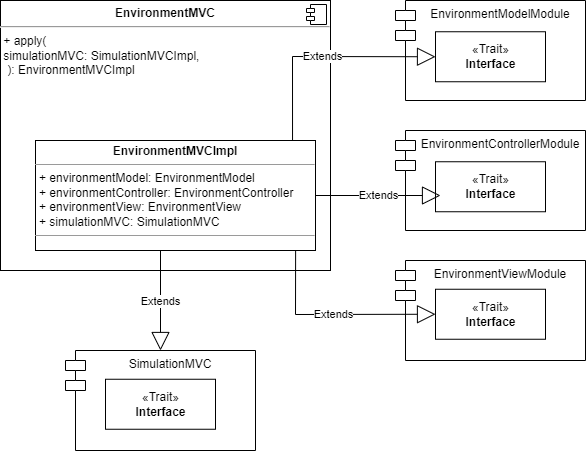
This is docs/img/environmentMVC.png from AnnaVitali/PPS-22-smartgh, a draw.io export, as it was before one commit. Source tidied: cells renumbered, new cells last; positions are measured from the earlier drawing's top-left corner, leaving out a move shared by most shapes. Source of this version:
```xml
<mxGraphModel>
  <root>
    <mxCell id="0" />
    <mxCell id="1" parent="0" />
    <mxCell id="2" value="&lt;p style=&quot;margin:0px;margin-top:6px;text-align:center;&quot;&gt;&lt;b&gt;EnvironmentMVC&lt;/b&gt;&lt;br&gt;&lt;/p&gt;&lt;hr&gt;&lt;p style=&quot;margin: 0px 0px 0px 4px;&quot;&gt;&lt;/p&gt;&lt;span style=&quot;background-color: initial;&quot;&gt;&amp;nbsp;+ apply(&lt;/span&gt;&lt;br&gt;&lt;blockquote style=&quot;margin: 0 0 0 40px; border: none; padding: 0px;&quot;&gt;&lt;/blockquote&gt;&lt;span style=&quot;background-color: initial;&quot;&gt;&amp;nbsp;simulationMVC: SimulationMVCImpl,&lt;/span&gt;&lt;br&gt;&lt;p style=&quot;margin: 0px 0px 0px 4px;&quot;&gt;&amp;nbsp;): EnvironmentMVCImpl&lt;/p&gt;" style="align=left;overflow=fill;html=1;" parent="1" vertex="1">
      <mxGeometry width="330" height="270" as="geometry" />
    </mxCell>
    <mxCell id="3" style="shape=component;jettyWidth=8;jettyHeight=4;" parent="2" vertex="1">
      <mxGeometry x="1" width="20" height="20" relative="1" as="geometry">
        <mxPoint x="-24" y="4" as="offset" />
      </mxGeometry>
    </mxCell>
    <mxCell id="4" value="EnvironmentViewModule" style="shape=module;align=left;spacingLeft=20;align=center;verticalAlign=top;fillColor=none;" parent="1" vertex="1">
      <mxGeometry x="395" y="260" width="190" height="100" as="geometry" />
    </mxCell>
    <mxCell id="5" value="«Trait»&lt;br&gt;&lt;b&gt;Interface&lt;/b&gt;" style="html=1;fillColor=default;" parent="1" vertex="1">
      <mxGeometry x="435" y="31.2" width="110" height="50" as="geometry" />
    </mxCell>
    <mxCell id="6" value="«Trait»&lt;br&gt;&lt;b&gt;Interface&lt;/b&gt;" style="html=1;fillColor=default;" parent="1" vertex="1">
      <mxGeometry x="435" y="161.2" width="110" height="50" as="geometry" />
    </mxCell>
    <mxCell id="7" value="«Trait»&lt;br&gt;&lt;b&gt;Interface&lt;/b&gt;" style="html=1;fillColor=default;" parent="1" vertex="1">
      <mxGeometry x="435" y="288.8" width="110" height="50" as="geometry" />
    </mxCell>
    <mxCell id="8" value="Extends" style="endArrow=block;endSize=16;endFill=0;html=1;rounded=0;entryX=0;entryY=0.5;entryDx=0;entryDy=0;elbow=vertical;exitX=0.918;exitY=0.01;exitDx=0;exitDy=0;exitPerimeter=0;" parent="1" edge="1" source="16" target="5">
      <mxGeometry relative="1" as="geometry">
        <Array as="points">
          <mxPoint x="292" y="56" />
        </Array>
      </mxGeometry>
    </mxCell>
    <mxCell id="9" value="Extends" style="endArrow=block;endSize=16;endFill=0;html=1;rounded=0;elbow=vertical;exitX=1;exitY=0.5;exitDx=0;exitDy=0;" parent="1" edge="1" source="16">
      <mxGeometry relative="1" as="geometry">
        <mxPoint x="440" y="195" as="targetPoint" />
      </mxGeometry>
    </mxCell>
    <mxCell id="10" value="Extends" style="endArrow=block;endSize=16;endFill=0;html=1;rounded=0;entryX=0;entryY=0.5;entryDx=0;entryDy=0;elbow=vertical;exitX=0.929;exitY=0.994;exitDx=0;exitDy=0;exitPerimeter=0;" parent="1" edge="1" source="16" target="7">
      <mxGeometry relative="1" as="geometry">
        <Array as="points">
          <mxPoint x="295" y="314" />
        </Array>
      </mxGeometry>
    </mxCell>
    <mxCell id="11" value="EnvironmentControllerModule" style="shape=module;align=left;spacingLeft=20;align=center;verticalAlign=top;fillColor=none;" parent="1" vertex="1">
      <mxGeometry x="395" y="130" width="190" height="100" as="geometry" />
    </mxCell>
    <mxCell id="12" value="EnvironmentModelModule" style="shape=module;align=left;spacingLeft=20;align=center;verticalAlign=top;fillColor=none;" parent="1" vertex="1">
      <mxGeometry x="395" width="190" height="100" as="geometry" />
    </mxCell>
    <mxCell id="13" value="SimulationMVC" style="shape=module;align=left;spacingLeft=20;align=center;verticalAlign=top;fillColor=none;" parent="1" vertex="1">
      <mxGeometry x="65" y="350" width="190" height="100" as="geometry" />
    </mxCell>
    <mxCell id="14" value="«Trait»&lt;br&gt;&lt;b&gt;Interface&lt;/b&gt;" style="html=1;fillColor=default;" parent="1" vertex="1">
      <mxGeometry x="105" y="378.8" width="110" height="50" as="geometry" />
    </mxCell>
    <mxCell id="15" value="Extends" style="endArrow=block;endSize=16;endFill=0;html=1;rounded=0;entryX=0.5;entryY=0;entryDx=0;entryDy=0;" parent="1" edge="1" target="13">
      <mxGeometry relative="1" as="geometry">
        <mxPoint x="160" y="250" as="sourcePoint" />
      </mxGeometry>
    </mxCell>
    <mxCell id="16" value="&lt;p style=&quot;margin:0px;margin-top:4px;text-align:center;&quot;&gt;&lt;b&gt;EnvironmentMVCImpl&lt;/b&gt;&lt;/p&gt;&lt;hr size=&quot;1&quot;&gt;&lt;p style=&quot;margin:0px;margin-left:4px;&quot;&gt;+ environmentModel: EnvironmentModel&lt;/p&gt;&lt;p style=&quot;margin:0px;margin-left:4px;&quot;&gt;+ environmentController: EnvironmentController&lt;/p&gt;&lt;p style=&quot;margin:0px;margin-left:4px;&quot;&gt;+ environmentView: EnvironmentView&lt;br&gt;&lt;/p&gt;&lt;p style=&quot;margin:0px;margin-left:4px;&quot;&gt;+ simulationMVC: SimulationMVC&lt;/p&gt;&lt;hr size=&quot;1&quot;&gt;" style="verticalAlign=top;align=left;overflow=fill;fontSize=12;fontFamily=Helvetica;html=1;fillColor=default;" parent="1" vertex="1">
      <mxGeometry x="35" y="140" width="280" height="110" as="geometry" />
    </mxCell>
  </root>
</mxGraphModel>
```
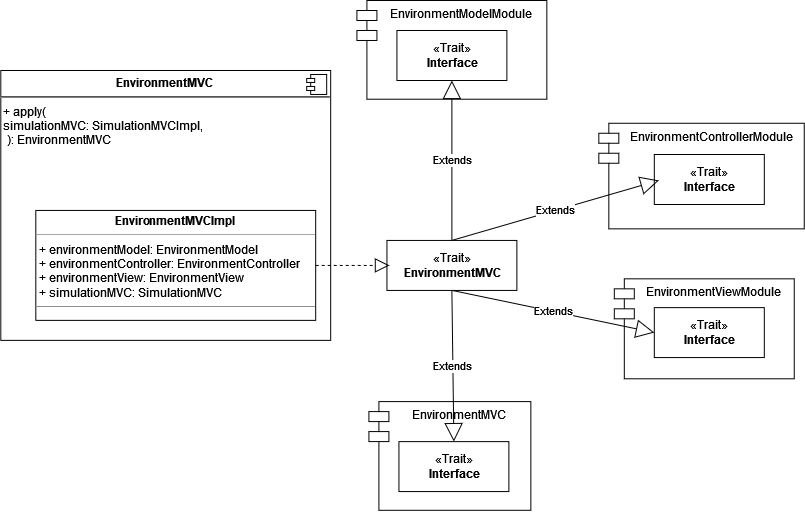
Later version of the same file.

The edit, as a diff of the source:
```diff
@@ -2,64 +2,64 @@
   <root>
     <mxCell id="0" />
     <mxCell id="1" parent="0" />
-    <mxCell id="2" value="&lt;p style=&quot;margin:0px;margin-top:6px;text-align:center;&quot;&gt;&lt;b&gt;EnvironmentMVC&lt;/b&gt;&lt;br&gt;&lt;/p&gt;&lt;hr&gt;&lt;p style=&quot;margin: 0px 0px 0px 4px;&quot;&gt;&lt;/p&gt;&lt;span style=&quot;background-color: initial;&quot;&gt;&amp;nbsp;+ apply(&lt;/span&gt;&lt;br&gt;&lt;blockquote style=&quot;margin: 0 0 0 40px; border: none; padding: 0px;&quot;&gt;&lt;/blockquote&gt;&lt;span style=&quot;background-color: initial;&quot;&gt;&amp;nbsp;simulationMVC: SimulationMVCImpl,&lt;/span&gt;&lt;br&gt;&lt;p style=&quot;margin: 0px 0px 0px 4px;&quot;&gt;&amp;nbsp;): EnvironmentMVCImpl&lt;/p&gt;" style="align=left;overflow=fill;html=1;" parent="1" vertex="1">
-      <mxGeometry width="330" height="270" as="geometry" />
+    <mxCell id="2" value="&lt;p style=&quot;margin:0px;margin-top:6px;text-align:center;&quot;&gt;&lt;b&gt;EnvironmentMVC&lt;/b&gt;&lt;br&gt;&lt;/p&gt;&lt;hr&gt;&lt;p style=&quot;margin: 0px 0px 0px 4px;&quot;&gt;&lt;/p&gt;&lt;span style=&quot;background-color: initial;&quot;&gt;&amp;nbsp;+ apply(&lt;/span&gt;&lt;br&gt;&lt;blockquote style=&quot;margin: 0 0 0 40px; border: none; padding: 0px;&quot;&gt;&lt;/blockquote&gt;&lt;span style=&quot;background-color: initial;&quot;&gt;&amp;nbsp;simulationMVC: SimulationMVCImpl,&lt;/span&gt;&lt;br&gt;&lt;p style=&quot;margin: 0px 0px 0px 4px;&quot;&gt;&amp;nbsp;): EnvironmentMVC&lt;/p&gt;" style="align=left;overflow=fill;html=1;" parent="1" vertex="1">
+      <mxGeometry x="-768.8" y="30" width="330" height="270" as="geometry" />
     </mxCell>
     <mxCell id="3" style="shape=component;jettyWidth=8;jettyHeight=4;" parent="2" vertex="1">
       <mxGeometry x="1" width="20" height="20" relative="1" as="geometry">
         <mxPoint x="-24" y="4" as="offset" />
       </mxGeometry>
     </mxCell>
-    <mxCell id="4" value="EnvironmentViewModule" style="shape=module;align=left;spacingLeft=20;align=center;verticalAlign=top;fillColor=none;" parent="1" vertex="1">
-      <mxGeometry x="395" y="260" width="190" height="100" as="geometry" />
+    <mxCell id="4" value="&lt;p style=&quot;margin:0px;margin-top:4px;text-align:center;&quot;&gt;&lt;b&gt;EnvironmentMVCImpl&lt;/b&gt;&lt;/p&gt;&lt;hr size=&quot;1&quot;&gt;&lt;p style=&quot;margin:0px;margin-left:4px;&quot;&gt;+ environmentModel: EnvironmentModel&lt;/p&gt;&lt;p style=&quot;margin:0px;margin-left:4px;&quot;&gt;+ environmentController: EnvironmentController&lt;/p&gt;&lt;p style=&quot;margin:0px;margin-left:4px;&quot;&gt;+ environmentView: EnvironmentView&lt;br&gt;&lt;/p&gt;&lt;p style=&quot;margin:0px;margin-left:4px;&quot;&gt;+ simulationMVC: SimulationMVC&lt;/p&gt;&lt;hr size=&quot;1&quot;&gt;" style="verticalAlign=top;align=left;overflow=fill;fontSize=12;fontFamily=Helvetica;html=1;fillColor=default;" parent="1" vertex="1">
+      <mxGeometry x="-733.8" y="170" width="280" height="110" as="geometry" />
     </mxCell>
-    <mxCell id="5" value="«Trait»&lt;br&gt;&lt;b&gt;Interface&lt;/b&gt;" style="html=1;fillColor=default;" parent="1" vertex="1">
-      <mxGeometry x="435" y="31.2" width="110" height="50" as="geometry" />
+    <mxCell id="5" value="EnvironmentControllerModule" style="shape=module;align=left;spacingLeft=20;align=center;verticalAlign=top;fillColor=none;" parent="1" vertex="1">
+      <mxGeometry x="-170.5" y="82.8" width="205.5" height="105.6" as="geometry" />
     </mxCell>
-    <mxCell id="6" value="«Trait»&lt;br&gt;&lt;b&gt;Interface&lt;/b&gt;" style="html=1;fillColor=default;" parent="1" vertex="1">
-      <mxGeometry x="435" y="161.2" width="110" height="50" as="geometry" />
+    <mxCell id="6" value="EnvironmentMVC" style="shape=module;align=left;spacingLeft=20;align=center;verticalAlign=top;fillColor=none;" parent="1" vertex="1">
+      <mxGeometry x="-400.5" y="361.2" width="162" height="108.8" as="geometry" />
     </mxCell>
-    <mxCell id="7" value="«Trait»&lt;br&gt;&lt;b&gt;Interface&lt;/b&gt;" style="html=1;fillColor=default;" parent="1" vertex="1">
-      <mxGeometry x="435" y="288.8" width="110" height="50" as="geometry" />
+    <mxCell id="7" value="EnvironmentViewModule" style="shape=module;align=left;spacingLeft=20;align=center;verticalAlign=top;fillColor=none;" parent="1" vertex="1">
+      <mxGeometry x="-155" y="238.4" width="180" height="100" as="geometry" />
     </mxCell>
-    <mxCell id="8" value="Extends" style="endArrow=block;endSize=16;endFill=0;html=1;rounded=0;entryX=0;entryY=0.5;entryDx=0;entryDy=0;elbow=vertical;exitX=0.918;exitY=0.01;exitDx=0;exitDy=0;exitPerimeter=0;" parent="1" edge="1" source="16" target="5">
-      <mxGeometry relative="1" as="geometry">
-        <Array as="points">
-          <mxPoint x="292" y="56" />
-        </Array>
-      </mxGeometry>
+    <mxCell id="8" value="EnvironmentModelModule" style="shape=module;align=left;spacingLeft=20;align=center;verticalAlign=top;fillColor=none;" parent="1" vertex="1">
+      <mxGeometry x="-412.5" y="-40" width="190" height="98.8" as="geometry" />
     </mxCell>
-    <mxCell id="9" value="Extends" style="endArrow=block;endSize=16;endFill=0;html=1;rounded=0;elbow=vertical;exitX=1;exitY=0.5;exitDx=0;exitDy=0;" parent="1" edge="1" source="16">
-      <mxGeometry relative="1" as="geometry">
-        <mxPoint x="440" y="195" as="targetPoint" />
-      </mxGeometry>
+    <mxCell id="9" value="«Trait»&lt;br&gt;&lt;b&gt;Interface&lt;/b&gt;" style="html=1;fillColor=default;" parent="1" vertex="1">
+      <mxGeometry x="-372.5" y="-10" width="110" height="50" as="geometry" />
     </mxCell>
-    <mxCell id="10" value="Extends" style="endArrow=block;endSize=16;endFill=0;html=1;rounded=0;entryX=0;entryY=0.5;entryDx=0;entryDy=0;elbow=vertical;exitX=0.929;exitY=0.994;exitDx=0;exitDy=0;exitPerimeter=0;" parent="1" edge="1" source="16" target="7">
-      <mxGeometry relative="1" as="geometry">
-        <Array as="points">
-          <mxPoint x="295" y="314" />
-        </Array>
-      </mxGeometry>
+    <mxCell id="10" value="«Trait»&lt;br&gt;&lt;b&gt;Interface&lt;/b&gt;" style="html=1;fillColor=default;" parent="1" vertex="1">
+      <mxGeometry x="-115" y="114.1" width="110" height="50" as="geometry" />
     </mxCell>
-    <mxCell id="11" value="EnvironmentControllerModule" style="shape=module;align=left;spacingLeft=20;align=center;verticalAlign=top;fillColor=none;" parent="1" vertex="1">
-      <mxGeometry x="395" y="130" width="190" height="100" as="geometry" />
+    <mxCell id="11" value="«Trait»&lt;br&gt;&lt;b&gt;Interface&lt;/b&gt;" style="html=1;fillColor=default;" parent="1" vertex="1">
+      <mxGeometry x="-115" y="267.2" width="110" height="50" as="geometry" />
     </mxCell>
-    <mxCell id="12" value="EnvironmentModelModule" style="shape=module;align=left;spacingLeft=20;align=center;verticalAlign=top;fillColor=none;" parent="1" vertex="1">
-      <mxGeometry x="395" width="190" height="100" as="geometry" />
+    <mxCell id="12" value="«Trait»&lt;br&gt;&lt;b&gt;Interface&lt;/b&gt;" style="html=1;fillColor=default;" parent="1" vertex="1">
+      <mxGeometry x="-370.5" y="401.2" width="110" height="50" as="geometry" />
     </mxCell>
-    <mxCell id="13" value="SimulationMVC" style="shape=module;align=left;spacingLeft=20;align=center;verticalAlign=top;fillColor=none;" parent="1" vertex="1">
-      <mxGeometry x="65" y="350" width="190" height="100" as="geometry" />
+    <mxCell id="13" value="«Trait»&lt;br&gt;&lt;b&gt;EnvironmentMVC&lt;/b&gt;" style="html=1;" parent="1" vertex="1">
+      <mxGeometry x="-382.5" y="200" width="130" height="50" as="geometry" />
     </mxCell>
-    <mxCell id="14" value="«Trait»&lt;br&gt;&lt;b&gt;Interface&lt;/b&gt;" style="html=1;fillColor=default;" parent="1" vertex="1">
-      <mxGeometry x="105" y="378.8" width="110" height="50" as="geometry" />
+    <mxCell id="14" value="Extends" style="endArrow=block;endSize=16;endFill=0;html=1;rounded=0;entryX=0;entryY=0.5;entryDx=0;entryDy=0;exitX=0.5;exitY=1;exitDx=0;exitDy=0;" parent="1" edge="1" source="13" target="11">
+      <mxGeometry relative="1" as="geometry" />
     </mxCell>
-    <mxCell id="15" value="Extends" style="endArrow=block;endSize=16;endFill=0;html=1;rounded=0;entryX=0.5;entryY=0;entryDx=0;entryDy=0;" parent="1" edge="1" target="13">
-      <mxGeometry relative="1" as="geometry">
-        <mxPoint x="160" y="250" as="sourcePoint" />
-      </mxGeometry>
+    <mxCell id="15" value="Extends" style="endArrow=block;endSize=16;endFill=0;html=1;rounded=0;entryX=0.5;entryY=0;entryDx=0;entryDy=0;exitX=0.5;exitY=1;exitDx=0;exitDy=0;" parent="1" edge="1" source="13" target="12">
+      <mxGeometry relative="1" as="geometry" />
     </mxCell>
-    <mxCell id="16" value="&lt;p style=&quot;margin:0px;margin-top:4px;text-align:center;&quot;&gt;&lt;b&gt;EnvironmentMVCImpl&lt;/b&gt;&lt;/p&gt;&lt;hr size=&quot;1&quot;&gt;&lt;p style=&quot;margin:0px;margin-left:4px;&quot;&gt;+ environmentModel: EnvironmentModel&lt;/p&gt;&lt;p style=&quot;margin:0px;margin-left:4px;&quot;&gt;+ environmentController: EnvironmentController&lt;/p&gt;&lt;p style=&quot;margin:0px;margin-left:4px;&quot;&gt;+ environmentView: EnvironmentView&lt;br&gt;&lt;/p&gt;&lt;p style=&quot;margin:0px;margin-left:4px;&quot;&gt;+ simulationMVC: SimulationMVC&lt;/p&gt;&lt;hr size=&quot;1&quot;&gt;" style="verticalAlign=top;align=left;overflow=fill;fontSize=12;fontFamily=Helvetica;html=1;fillColor=default;" parent="1" vertex="1">
-      <mxGeometry x="35" y="140" width="280" height="110" as="geometry" />
+    <mxCell id="16" value="Extends" style="endArrow=block;endSize=16;endFill=0;html=1;rounded=0;exitX=0.5;exitY=0;exitDx=0;exitDy=0;" parent="1" edge="1" source="13">
+      <mxGeometry relative="1" as="geometry">
+        <mxPoint x="-110.5" y="140" as="targetPoint" />
+      </mxGeometry>
     </mxCell>
+    <mxCell id="17" value="Extends" style="endArrow=block;endSize=16;endFill=0;html=1;rounded=0;entryX=0.5;entryY=1;entryDx=0;entryDy=0;" parent="1" edge="1" target="9">
+      <mxGeometry relative="1" as="geometry">
+        <mxPoint x="-317.5" y="200" as="sourcePoint" />
+      </mxGeometry>
+    </mxCell>
+    <mxCell id="18" style="endArrow=block;dashed=1;endFill=0;endSize=12;html=1;rounded=0;exitX=1;exitY=0.5;exitDx=0;exitDy=0;" parent="1" edge="1" source="4">
+      <mxGeometry relative="1" as="geometry">
+        <mxPoint x="-380" y="225" as="targetPoint" />
+      </mxGeometry>
+    </mxCell>
   </root>
 </mxGraphModel>
```
